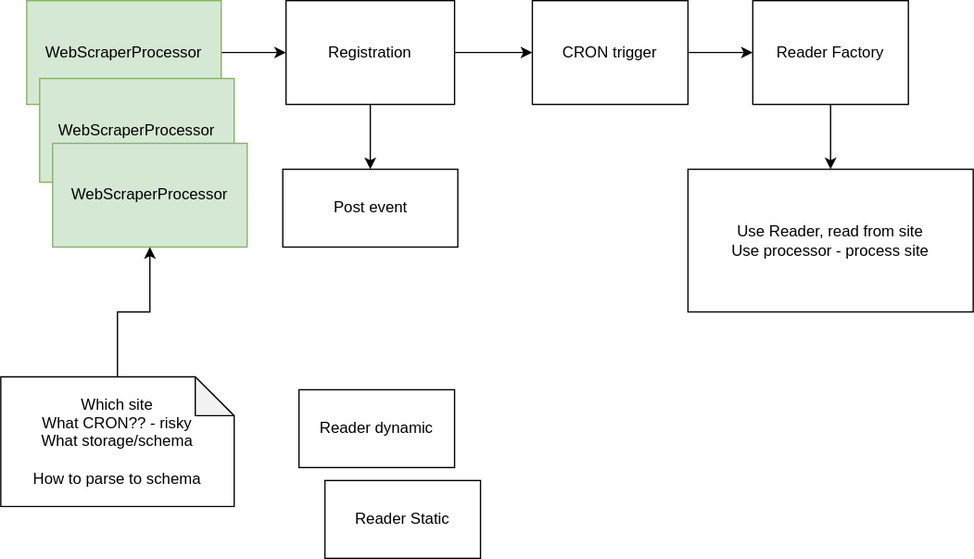
Earlier version of the draw.io export High level architecture.svg (SiecFirma/WebScraper). Source tidied: cells renumbered, new cells last; positions are measured from the earlier drawing's top-left corner, leaving out a move shared by most shapes.
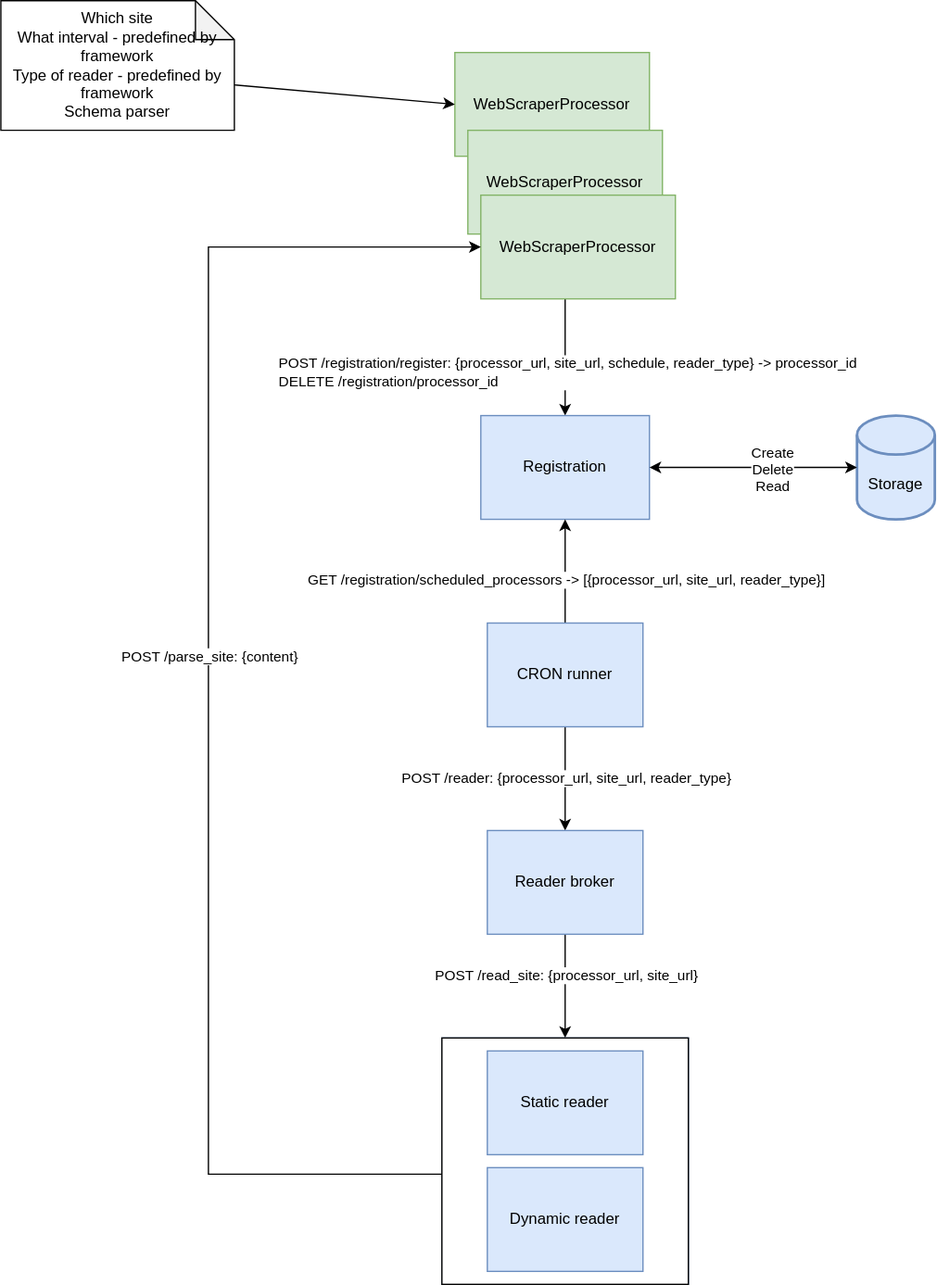
After the change.

Commit message:
Diagram/maly high level overview (#7)

* Update High level architecture.svg

* Update High level architecture.svg

* Update High level architecture.svg

* Update High level architecture.svg

* Update High level architecture.svg

* Update High level architecture.svg v.1.0

* Update High level architecture.svg v.1.0

What changed in the source:
```diff
@@ -2,56 +2,97 @@
   <root>
     <mxCell id="0" />
     <mxCell id="1" parent="0" />
-    <mxCell id="2" style="edgeStyle=orthogonalEdgeStyle;rounded=0;jettySize=auto;html=1;exitX=1;exitY=0.5;exitDx=0;exitDy=0;entryX=0;entryY=0.5;entryDx=0;entryDy=0;" parent="1" edge="1" source="3" target="8">
-      <mxGeometry relative="1" as="geometry" />
+    <mxCell id="2" style="edgeStyle=orthogonalEdgeStyle;rounded=0;jettySize=auto;html=1;entryX=0.5;entryY=0;entryDx=0;entryDy=0;" parent="1" edge="1" source="5" target="8">
+      <mxGeometry relative="1" as="geometry">
+        <Array as="points">
+          <mxPoint x="415" y="180" />
+          <mxPoint x="415" y="180" />
+        </Array>
+      </mxGeometry>
     </mxCell>
+    <mxCell id="19" value="POST /registration/register: {processor_url, site_url, schedule, reader_type} -&amp;gt; processor_id&lt;br&gt;&lt;div style=&quot;text-align: justify&quot;&gt;DELETE /registration/processor_id&lt;/div&gt;" style="edgeLabel;html=1;align=center;verticalAlign=middle;" parent="2" vertex="1">
+      <mxGeometry x="0.25" y="1" relative="1" as="geometry" />
+    </mxCell>
+    <mxCell id="8" value="Registration" style="rounded=0;whiteSpace=wrap;html=1;fillColor=#dae8fc;strokeColor=#6c8ebf;" parent="1" vertex="1">
+      <mxGeometry x="350" y="240" width="130" height="80" as="geometry" />
+    </mxCell>
+    <mxCell id="11" style="edgeStyle=orthogonalEdgeStyle;rounded=0;jettySize=auto;html=1;" parent="1" edge="1" source="12" target="30">
+      <mxGeometry relative="1" as="geometry" />
+    </mxCell>
+    <mxCell id="20" value="POST /reader: {processor_url, site_url, reader_type}" style="edgeLabel;html=1;align=center;verticalAlign=middle;" parent="11" vertex="1">
+      <mxGeometry x="-0.34" relative="1" as="geometry">
+        <mxPoint y="13.7" as="offset" />
+      </mxGeometry>
+    </mxCell>
+    <mxCell id="21" style="edgeStyle=orthogonalEdgeStyle;rounded=0;jettySize=auto;html=1;" parent="1" edge="1" source="12" target="8">
+      <mxGeometry relative="1" as="geometry" />
+    </mxCell>
+    <mxCell id="22" value="GET /registration/scheduled_processors -&amp;gt; [{processor_url, site_url, reader_type}]" style="edgeLabel;html=1;align=center;verticalAlign=middle;" parent="21" vertex="1">
+      <mxGeometry x="-0.15" relative="1" as="geometry" />
+    </mxCell>
+    <mxCell id="12" value="CRON runner" style="rounded=0;whiteSpace=wrap;html=1;fillColor=#dae8fc;strokeColor=#6c8ebf;" parent="1" vertex="1">
+      <mxGeometry x="355" y="400" width="120" height="80" as="geometry" />
+    </mxCell>
+    <mxCell id="14" value="Which site&lt;br&gt;What interval - predefined by framework&lt;br&gt;Type of reader - predefined by framework&lt;br&gt;Schema parser" style="shape=note;whiteSpace=wrap;html=1;backgroundOutline=1;darkOpacity=0.05;" parent="1" vertex="1">
+      <mxGeometry x="-20" y="-80" width="180" height="100" as="geometry" />
+    </mxCell>
+    <mxCell id="23" style="group;strokeWidth=2;" parent="1" vertex="1">
+      <mxGeometry x="330" y="-40" width="170" height="190" as="geometry" />
+    </mxCell>
-    <mxCell id="3" value="WebScraperProcessor" style="rounded=0;whiteSpace=wrap;html=1;fillColor=#d5e8d4;strokeColor=#82b366;" parent="1" vertex="1">
-      <mxGeometry x="20" width="150" height="80" as="geometry" />
+    <mxCell id="3" value="WebScraperProcessor" style="rounded=0;whiteSpace=wrap;html=1;fillColor=#d5e8d4;strokeColor=#82b366;" parent="23" vertex="1">
+      <mxGeometry width="150" height="80" as="geometry" />
     </mxCell>
-    <mxCell id="4" value="WebScraperProcessor" style="rounded=0;whiteSpace=wrap;html=1;fillColor=#d5e8d4;strokeColor=#82b366;" parent="1" vertex="1">
-      <mxGeometry x="30" y="60" width="150" height="80" as="geometry" />
+    <mxCell id="4" value="WebScraperProcessor" style="rounded=0;whiteSpace=wrap;html=1;fillColor=#d5e8d4;strokeColor=#82b366;" parent="23" vertex="1">
+      <mxGeometry x="10" y="60" width="150" height="80" as="geometry" />
     </mxCell>
-    <mxCell id="5" value="WebScraperProcessor" style="rounded=0;whiteSpace=wrap;html=1;fillColor=#d5e8d4;strokeColor=#82b366;" parent="1" vertex="1">
-      <mxGeometry x="40" y="110" width="150" height="80" as="geometry" />
+    <mxCell id="5" value="WebScraperProcessor" style="rounded=0;whiteSpace=wrap;html=1;fillColor=#d5e8d4;strokeColor=#82b366;" parent="23" vertex="1">
+      <mxGeometry x="20" y="110" width="150" height="80" as="geometry" />
     </mxCell>
-    <mxCell id="6" style="edgeStyle=orthogonalEdgeStyle;rounded=0;jettySize=auto;html=1;exitX=1;exitY=0.5;exitDx=0;exitDy=0;entryX=0;entryY=0.5;entryDx=0;entryDy=0;" parent="1" edge="1" source="8" target="12">
-      <mxGeometry relative="1" as="geometry" />
-    </mxCell>
-    <mxCell id="7" style="edgeStyle=orthogonalEdgeStyle;rounded=0;jettySize=auto;html=1;exitX=0.5;exitY=1;exitDx=0;exitDy=0;entryX=0.5;entryY=0;entryDx=0;entryDy=0;" parent="1" edge="1" source="8" target="18">
-      <mxGeometry relative="1" as="geometry" />
-    </mxCell>
-    <mxCell id="8" value="Registration" style="rounded=0;whiteSpace=wrap;html=1;" parent="1" vertex="1">
-      <mxGeometry x="220" width="130" height="80" as="geometry" />
-    </mxCell>
-    <mxCell id="9" value="Reader Static" style="rounded=0;whiteSpace=wrap;html=1;" parent="1" vertex="1">
-      <mxGeometry x="250" y="370" width="120" height="60" as="geometry" />
-    </mxCell>
-    <mxCell id="10" value="Reader dynamic" style="rounded=0;whiteSpace=wrap;html=1;" parent="1" vertex="1">
-      <mxGeometry x="230" y="300" width="120" height="60" as="geometry" />
-    </mxCell>
-    <mxCell id="11" style="edgeStyle=orthogonalEdgeStyle;rounded=0;jettySize=auto;html=1;entryX=0;entryY=0.5;entryDx=0;entryDy=0;" parent="1" edge="1" source="12" target="16">
-      <mxGeometry relative="1" as="geometry" />
-    </mxCell>
-    <mxCell id="12" value="CRON trigger" style="rounded=0;whiteSpace=wrap;html=1;" parent="1" vertex="1">
-      <mxGeometry x="410" width="120" height="80" as="geometry" />
-    </mxCell>
-    <mxCell id="13" style="edgeStyle=orthogonalEdgeStyle;rounded=0;jettySize=auto;html=1;entryX=0.5;entryY=1;entryDx=0;entryDy=0;" parent="1" edge="1" source="14" target="5">
-      <mxGeometry relative="1" as="geometry" />
-    </mxCell>
-    <mxCell id="14" value="Which site&lt;br&gt;What CRON?? - risky&lt;br&gt;What storage/schema&lt;br&gt;&lt;br&gt;How to parse to schema" style="shape=note;whiteSpace=wrap;html=1;backgroundOutline=1;darkOpacity=0.05;" parent="1" vertex="1">
-      <mxGeometry y="290" width="180" height="100" as="geometry" />
-    </mxCell>
-    <mxCell id="15" style="edgeStyle=orthogonalEdgeStyle;rounded=0;jettySize=auto;html=1;exitX=0.5;exitY=1;exitDx=0;exitDy=0;entryX=0.5;entryY=0;entryDx=0;entryDy=0;" parent="1" edge="1" source="16" target="17">
-      <mxGeometry relative="1" as="geometry" />
-    </mxCell>
+    <mxCell id="24" style="endArrow=classic;html=1;exitX=0;exitY=0;exitDx=180;exitDy=65;exitPerimeter=0;entryX=0;entryY=0.5;entryDx=0;entryDy=0;" parent="1" edge="1" source="14" target="3">
+      <mxGeometry relative="1" as="geometry" />
+    </mxCell>
+    <mxCell id="25" value="Storage" style="shape=cylinder3;whiteSpace=wrap;html=1;boundedLbl=1;backgroundOutline=1;size=15;strokeColor=#6c8ebf;strokeWidth=2;fillColor=#dae8fc;" parent="1" vertex="1">
+      <mxGeometry x="640" y="240" width="60" height="80" as="geometry" />
+    </mxCell>
+    <mxCell id="26" style="endArrow=classic;startArrow=classic;html=1;entryX=0;entryY=0.5;entryDx=0;entryDy=0;entryPerimeter=0;exitX=1;exitY=0.5;exitDx=0;exitDy=0;" parent="1" edge="1" source="8" target="25">
+      <mxGeometry relative="1" as="geometry" />
+    </mxCell>
+    <mxCell id="27" value="Create&lt;br&gt;Delete&lt;br&gt;Read" style="edgeLabel;html=1;align=center;verticalAlign=middle;" parent="26" vertex="1">
+      <mxGeometry x="0.18" y="-1" relative="1" as="geometry" />
+    </mxCell>
+    <mxCell id="28" style="edgeStyle=orthogonalEdgeStyle;rounded=0;jettySize=auto;html=1;entryX=0.5;entryY=0;entryDx=0;entryDy=0;" parent="1" edge="1" source="30" target="32">
+      <mxGeometry relative="1" as="geometry" />
+    </mxCell>
+    <mxCell id="29" value="POST /read_site: {processor_url, site_url}" style="edgeLabel;html=1;align=center;verticalAlign=middle;" parent="28" vertex="1">
+      <mxGeometry x="-0.23" relative="1" as="geometry" />
+    </mxCell>
+    <mxCell id="30" value="Reader broker" style="rounded=0;whiteSpace=wrap;html=1;fillColor=#dae8fc;strokeColor=#6c8ebf;" parent="1" vertex="1">
+      <mxGeometry x="355" y="560" width="120" height="80" as="geometry" />
+    </mxCell>
+    <mxCell id="31" style="group;fillColor=#dae8fc;strokeColor=#6c8ebf;" parent="1" vertex="1">
+      <mxGeometry x="320" y="720" width="190" height="190" as="geometry" />
+    </mxCell>
+    <mxCell id="32" style="whiteSpace=wrap;html=1;strokeColor=#000000;strokeWidth=1;gradientColor=#ffffff;" parent="31" vertex="1">
+      <mxGeometry width="190" height="190" as="geometry" />
+    </mxCell>
-    <mxCell id="16" value="Reader Factory" style="rounded=0;whiteSpace=wrap;html=1;" parent="1" vertex="1">
-      <mxGeometry x="580" width="120" height="80" as="geometry" />
+    <mxCell id="16" value="Dynamic reader" style="rounded=0;whiteSpace=wrap;html=1;fillColor=#dae8fc;strokeColor=#6c8ebf;" parent="31" vertex="1">
+      <mxGeometry x="35" y="100" width="120" height="80" as="geometry" />
     </mxCell>
-    <mxCell id="17" value="Use Reader, read from site&lt;br&gt;Use processor - process site" style="rounded=0;whiteSpace=wrap;html=1;" parent="1" vertex="1">
-      <mxGeometry x="530" y="130" width="220" height="110" as="geometry" />
-    </mxCell>
-    <mxCell id="18" value="Post event" style="rounded=0;whiteSpace=wrap;html=1;" parent="1" vertex="1">
-      <mxGeometry x="217.5" y="130" width="135" height="60" as="geometry" />
-    </mxCell>
+    <mxCell id="33" value="Static reader" style="rounded=0;whiteSpace=wrap;html=1;fillColor=#dae8fc;strokeColor=#6c8ebf;" parent="31" vertex="1">
+      <mxGeometry x="35" y="10" width="120" height="80" as="geometry" />
+    </mxCell>
+    <mxCell id="34" style="edgeStyle=orthogonalEdgeStyle;rounded=0;jettySize=auto;html=1;entryX=0;entryY=0.5;entryDx=0;entryDy=0;" parent="1" edge="1" source="32" target="5">
+      <mxGeometry relative="1" as="geometry">
+        <Array as="points">
+          <mxPoint x="140" y="825" />
+          <mxPoint x="140" y="110" />
+        </Array>
+      </mxGeometry>
+    </mxCell>
+    <mxCell id="35" value="POST /parse_site: {content}" style="edgeLabel;html=1;align=center;verticalAlign=middle;" parent="34" vertex="1">
+      <mxGeometry x="0.05" relative="1" as="geometry">
+        <mxPoint y="1" as="offset" />
+      </mxGeometry>
+    </mxCell>
   </root>
 </mxGraphModel>
```
